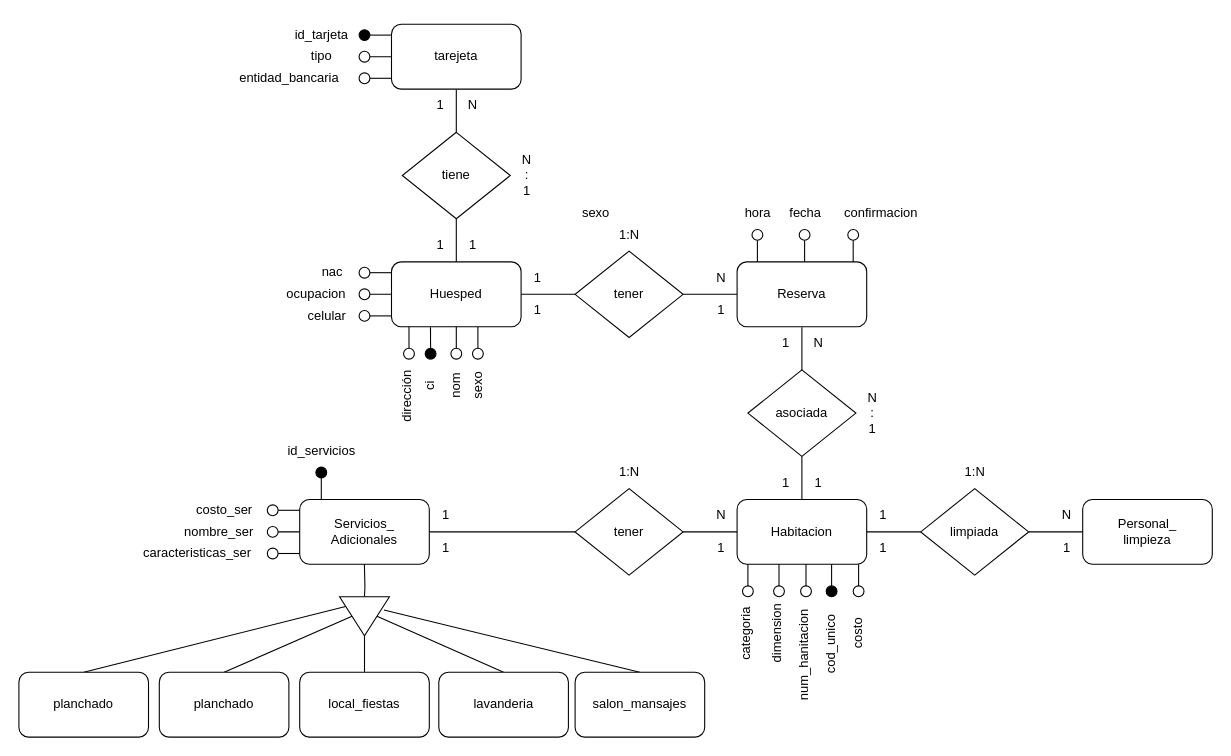
The draw.io diagram auxiliatura/primerParcial/E8_Hotel.drawio in Abigail08082001/diagramasBasedeDatos, before the edit. Source tidied: cells renumbered, new cells numbered last; positions are measured from the earlier drawing's top-left corner, leaving out a move shared by most shapes. Both pictures are drawn from the tidied source at 108%, with x=0, y=0 at pixel (18, 18).
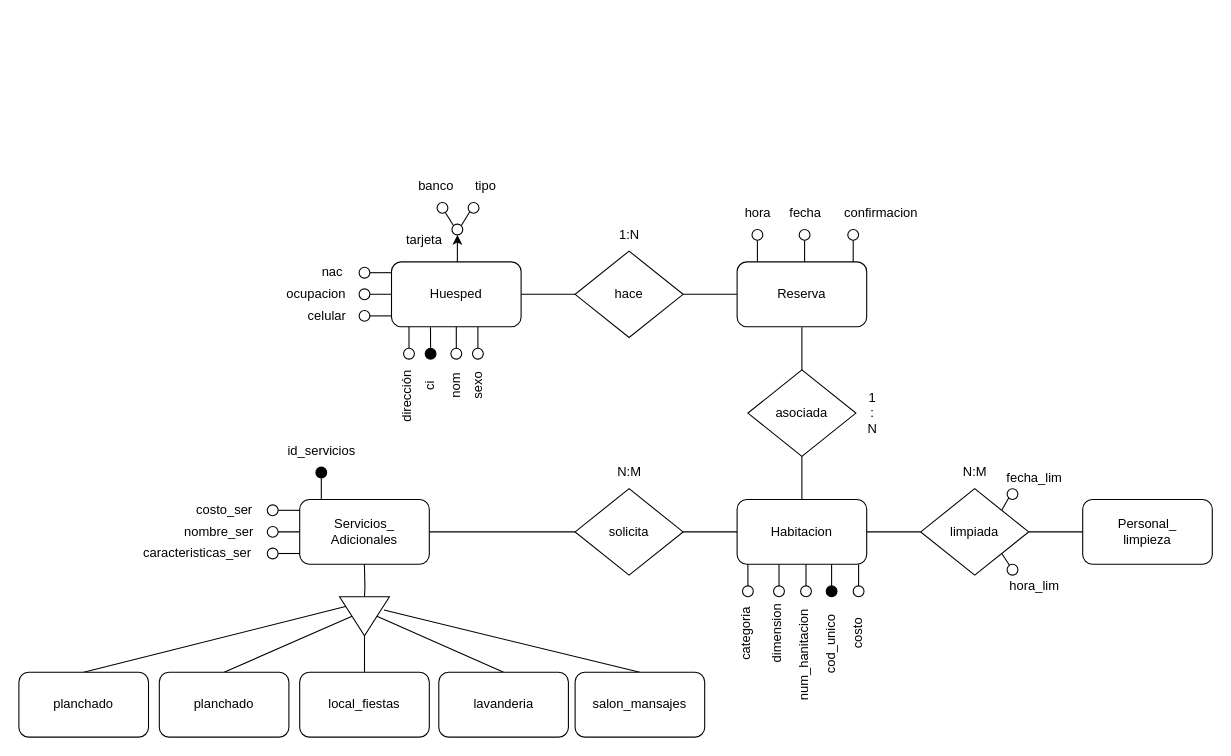
Above is the later version.

The change refers to these unchanged cells:
```xml
<mxCell id="4" value="Huesped" style="rounded=1;whiteSpace=wrap;html=1;" parent="1" vertex="1">
  <mxGeometry x="345" y="225" width="120" height="60" as="geometry" />
</mxCell>
```

Diff of the diagram source:
```diff
@@
-    <mxCell id="2" value="tener" style="rhombus;whiteSpace=wrap;html=1;" parent="1" vertex="1">
+    <mxCell id="2" value="hace" style="rhombus;whiteSpace=wrap;html=1;" parent="1" vertex="1">
       <mxGeometry x="515" y="215" width="100" height="80" as="geometry" />
     </mxCell>
@@
+    <mxCell id="127" style="edgeStyle=orthogonalEdgeStyle;rounded=0;jettySize=auto;html=1;exitX=0.5;exitY=0;exitDx=0;exitDy=0;entryX=0.5;entryY=0;entryDx=0;entryDy=0;" parent="1" edge="1" source="4" target="128">
+      <mxGeometry relative="1" as="geometry" />
+    </mxCell>
@@
-    <mxCell id="8" value="1" style="text;html=1;align=center;verticalAlign=middle;strokeColor=none;fillColor=none;" parent="1" vertex="1">
-      <mxGeometry x="465" y="225" width="30" height="30" as="geometry" />
-    </mxCell>
-    <mxCell id="9" value="1" style="text;html=1;align=center;verticalAlign=middle;strokeColor=none;fillColor=none;" parent="1" vertex="1">
-      <mxGeometry x="465" y="255" width="30" height="30" as="geometry" />
-    </mxCell>
-    <mxCell id="10" value="N" style="text;html=1;align=center;verticalAlign=middle;strokeColor=none;fillColor=none;" parent="1" vertex="1">
-      <mxGeometry x="635" y="225" width="30" height="30" as="geometry" />
-    </mxCell>
-    <mxCell id="11" value="1" style="text;html=1;align=center;verticalAlign=middle;strokeColor=none;fillColor=none;" parent="1" vertex="1">
-      <mxGeometry x="635" y="255" width="30" height="30" as="geometry" />
-    </mxCell>
@@
-    <mxCell id="16" value="&lt;div&gt;N&lt;/div&gt;&lt;div&gt;:&lt;/div&gt;&lt;div&gt;1&lt;br&gt;&lt;/div&gt;" style="text;html=1;align=center;verticalAlign=middle;strokeColor=none;fillColor=none;" parent="1" vertex="1">
+    <mxCell id="16" value="&lt;div&gt;1&lt;/div&gt;&lt;div&gt;:&lt;/div&gt;&lt;div&gt;N&lt;br&gt;&lt;/div&gt;" style="text;html=1;align=center;verticalAlign=middle;strokeColor=none;fillColor=none;" parent="1" vertex="1">
       <mxGeometry x="775" y="335" width="30" height="60" as="geometry" />
     </mxCell>
-    <mxCell id="17" value="N" style="text;html=1;align=center;verticalAlign=middle;strokeColor=none;fillColor=none;" parent="1" vertex="1">
-      <mxGeometry x="725" y="285" width="30" height="30" as="geometry" />
-    </mxCell>
-    <mxCell id="18" value="1" style="text;html=1;align=center;verticalAlign=middle;strokeColor=none;fillColor=none;" parent="1" vertex="1">
-      <mxGeometry x="695" y="285" width="30" height="30" as="geometry" />
-    </mxCell>
-    <mxCell id="19" value="1" style="text;html=1;align=center;verticalAlign=middle;strokeColor=none;fillColor=none;" parent="1" vertex="1">
-      <mxGeometry x="725" y="415" width="30" height="30" as="geometry" />
-    </mxCell>
-    <mxCell id="20" value="1" style="text;html=1;align=center;verticalAlign=middle;strokeColor=none;fillColor=none;" parent="1" vertex="1">
-      <mxGeometry x="695" y="415" width="30" height="30" as="geometry" />
-    </mxCell>
-    <mxCell id="21" value="tener" style="rhombus;whiteSpace=wrap;html=1;" parent="1" vertex="1">
+    <mxCell id="21" value="solicita" style="rhombus;whiteSpace=wrap;html=1;" parent="1" vertex="1">
       <mxGeometry x="515" y="435" width="100" height="80" as="geometry" />
     </mxCell>
@@
-    <mxCell id="24" value="1:N" style="text;html=1;align=center;verticalAlign=middle;strokeColor=none;fillColor=none;" parent="1" vertex="1">
-      <mxGeometry x="545" y="405" width="40" height="30" as="geometry" />
+    <mxCell id="24" value="N:M" style="text;html=1;align=center;verticalAlign=middle;strokeColor=none;fillColor=none;" parent="1" vertex="1">
+      <mxGeometry x="540" y="405" width="50" height="30" as="geometry" />
     </mxCell>
-    <mxCell id="25" value="1" style="text;html=1;align=center;verticalAlign=middle;strokeColor=none;fillColor=none;" parent="1" vertex="1">
-      <mxGeometry x="380" y="445" width="30" height="30" as="geometry" />
-    </mxCell>
-    <mxCell id="26" value="1" style="text;html=1;align=center;verticalAlign=middle;strokeColor=none;fillColor=none;" parent="1" vertex="1">
-      <mxGeometry x="380" y="475" width="30" height="30" as="geometry" />
-    </mxCell>
-    <mxCell id="27" value="N" style="text;html=1;align=center;verticalAlign=middle;strokeColor=none;fillColor=none;" parent="1" vertex="1">
-      <mxGeometry x="635" y="445" width="30" height="30" as="geometry" />
-    </mxCell>
-    <mxCell id="28" value="1" style="text;html=1;align=center;verticalAlign=middle;strokeColor=none;fillColor=none;" parent="1" vertex="1">
-      <mxGeometry x="635" y="475" width="30" height="30" as="geometry" />
-    </mxCell>
@@
-    <mxCell id="34" value="1" style="text;html=1;align=center;verticalAlign=middle;strokeColor=none;fillColor=none;" parent="1" vertex="1">
-      <mxGeometry x="785" y="445" width="30" height="30" as="geometry" />
-    </mxCell>
-    <mxCell id="35" value="1" style="text;html=1;align=center;verticalAlign=middle;strokeColor=none;fillColor=none;" parent="1" vertex="1">
-      <mxGeometry x="785" y="475" width="30" height="30" as="geometry" />
-    </mxCell>
-    <mxCell id="36" value="N" style="text;html=1;align=center;verticalAlign=middle;strokeColor=none;fillColor=none;" parent="1" vertex="1">
-      <mxGeometry x="955" y="445" width="30" height="30" as="geometry" />
-    </mxCell>
-    <mxCell id="37" value="1" style="text;html=1;align=center;verticalAlign=middle;strokeColor=none;fillColor=none;" parent="1" vertex="1">
-      <mxGeometry x="955" y="475" width="30" height="30" as="geometry" />
-    </mxCell>
-    <mxCell id="38" value="1:N" style="text;html=1;align=center;verticalAlign=middle;strokeColor=none;fillColor=none;" parent="1" vertex="1">
-      <mxGeometry x="865" y="405" width="40" height="30" as="geometry" />
+    <mxCell id="38" value="N:M" style="text;html=1;align=center;verticalAlign=middle;strokeColor=none;fillColor=none;" parent="1" vertex="1">
+      <mxGeometry x="860" y="405" width="50" height="30" as="geometry" />
     </mxCell>
@@
-    <mxCell id="54" value="sexo" style="text;html=1;align=center;verticalAlign=middle;strokeColor=none;fillColor=none;" parent="1" vertex="1">
-      <mxGeometry x="508.8" y="165" width="50" height="30" as="geometry" />
-    </mxCell>
@@
-    <mxCell id="58" style="edgeStyle=orthogonalEdgeStyle;rounded=0;jettySize=auto;html=1;entryX=0.5;entryY=0;entryDx=0;entryDy=0;endArrow=none;endFill=0;" parent="1" edge="1" source="59">
-      <mxGeometry relative="1" as="geometry">
-        <mxPoint x="405" y="225" as="targetPoint" />
-      </mxGeometry>
-    </mxCell>
-    <mxCell id="59" value="tiene" style="rhombus;whiteSpace=wrap;html=1;" parent="1" vertex="1">
-      <mxGeometry x="355" y="105" width="100" height="80" as="geometry" />
-    </mxCell>
-    <mxCell id="60" style="edgeStyle=orthogonalEdgeStyle;rounded=0;jettySize=auto;html=1;entryX=0.5;entryY=0;entryDx=0;entryDy=0;endArrow=none;endFill=0;" parent="1" edge="1" target="59">
-      <mxGeometry relative="1" as="geometry">
-        <mxPoint x="405" y="65.5" as="sourcePoint" />
-      </mxGeometry>
-    </mxCell>
-    <mxCell id="61" value="&lt;div&gt;N&lt;/div&gt;&lt;div&gt;:&lt;/div&gt;&lt;div&gt;1&lt;br&gt;&lt;/div&gt;" style="text;html=1;align=center;verticalAlign=middle;strokeColor=none;fillColor=none;" parent="1" vertex="1">
-      <mxGeometry x="455" y="115" width="30" height="60" as="geometry" />
-    </mxCell>
-    <mxCell id="62" value="N" style="text;html=1;align=center;verticalAlign=middle;strokeColor=none;fillColor=none;" parent="1" vertex="1">
-      <mxGeometry x="405" y="65" width="30" height="30" as="geometry" />
-    </mxCell>
-    <mxCell id="63" value="1" style="text;html=1;align=center;verticalAlign=middle;strokeColor=none;fillColor=none;" parent="1" vertex="1">
-      <mxGeometry x="375" y="65" width="30" height="30" as="geometry" />
-    </mxCell>
-    <mxCell id="64" value="1" style="text;html=1;align=center;verticalAlign=middle;strokeColor=none;fillColor=none;" parent="1" vertex="1">
-      <mxGeometry x="405" y="195" width="30" height="30" as="geometry" />
-    </mxCell>
-    <mxCell id="65" value="1" style="text;html=1;align=center;verticalAlign=middle;strokeColor=none;fillColor=none;" parent="1" vertex="1">
-      <mxGeometry x="375" y="195" width="30" height="30" as="geometry" />
-    </mxCell>
-    <mxCell id="66" value="tarejeta" style="rounded=1;whiteSpace=wrap;html=1;" parent="1" vertex="1">
-      <mxGeometry x="345" y="5" width="120" height="60" as="geometry" />
-    </mxCell>
-    <mxCell id="67" style="ellipse;whiteSpace=wrap;html=1;fillColor=#000000;" parent="1" vertex="1">
-      <mxGeometry x="315" y="10" width="10" height="10" as="geometry" />
-    </mxCell>
-    <mxCell id="68" style="edgeStyle=orthogonalEdgeStyle;rounded=0;jettySize=auto;html=1;entryX=-0.008;entryY=0.419;entryDx=0;entryDy=0;entryPerimeter=0;endArrow=none;endFill=0;" parent="1" edge="1" source="69">
-      <mxGeometry relative="1" as="geometry">
-        <mxPoint x="344" y="35" as="targetPoint" />
-      </mxGeometry>
-    </mxCell>
-    <mxCell id="69" style="ellipse;whiteSpace=wrap;html=1;" parent="1" vertex="1">
-      <mxGeometry x="315" y="30" width="10" height="10" as="geometry" />
-    </mxCell>
-    <mxCell id="70" style="edgeStyle=orthogonalEdgeStyle;rounded=0;jettySize=auto;html=1;entryX=0;entryY=0.75;entryDx=0;entryDy=0;endArrow=none;endFill=0;" parent="1" edge="1" source="71">
-      <mxGeometry relative="1" as="geometry">
-        <mxPoint x="345" y="55" as="targetPoint" />
-      </mxGeometry>
-    </mxCell>
-    <mxCell id="71" style="ellipse;whiteSpace=wrap;html=1;" parent="1" vertex="1">
-      <mxGeometry x="315" y="50" width="10" height="10" as="geometry" />
-    </mxCell>
-    <mxCell id="72" value="id_tarjeta" style="text;html=1;align=center;verticalAlign=middle;strokeColor=none;fillColor=none;" parent="1" vertex="1">
-      <mxGeometry x="245" width="70" height="30" as="geometry" />
-    </mxCell>
-    <mxCell id="73" value="tipo" style="text;html=1;align=center;verticalAlign=middle;strokeColor=none;fillColor=none;" parent="1" vertex="1">
-      <mxGeometry x="260" y="20" width="40" height="30" as="geometry" />
-    </mxCell>
-    <mxCell id="74" value="entidad_bancaria" style="text;html=1;align=center;verticalAlign=middle;strokeColor=none;fillColor=none;" parent="1" vertex="1">
-      <mxGeometry x="190" y="40" width="120" height="30" as="geometry" />
-    </mxCell>
-    <mxCell id="75" style="edgeStyle=orthogonalEdgeStyle;rounded=0;orthogonalLoop=1;jettySize=auto;html=1;exitX=0;exitY=0.5;exitDx=0;exitDy=0;entryX=1;entryY=0.085;entryDx=0;entryDy=0;entryPerimeter=0;endArrow=none;endFill=0;" parent="1" edge="1">
-      <mxGeometry relative="1" as="geometry">
-        <mxPoint x="345" y="15" as="sourcePoint" />
-        <mxPoint x="325" y="15" as="targetPoint" />
-      </mxGeometry>
-    </mxCell>
@@
+    <mxCell id="128" style="ellipse;whiteSpace=wrap;html=1;direction=west;" parent="1" vertex="1">
+      <mxGeometry x="401" y="190" width="10" height="10" as="geometry" />
+    </mxCell>
+    <mxCell id="129" style="rounded=0;jettySize=auto;html=1;endArrow=none;endFill=0;entryX=1;entryY=1;entryDx=0;entryDy=0;" parent="1" edge="1" source="130" target="128">
+      <mxGeometry relative="1" as="geometry" />
+    </mxCell>
+    <mxCell id="130" style="ellipse;whiteSpace=wrap;html=1;direction=west;" parent="1" vertex="1">
+      <mxGeometry x="387.2" y="170" width="10" height="10" as="geometry" />
+    </mxCell>
+    <mxCell id="131" style="rounded=0;jettySize=auto;html=1;exitX=1;exitY=0;exitDx=0;exitDy=0;entryX=0;entryY=1;entryDx=0;entryDy=0;endArrow=none;endFill=0;" parent="1" edge="1" source="132" target="128">
+      <mxGeometry relative="1" as="geometry" />
+    </mxCell>
+    <mxCell id="132" style="ellipse;whiteSpace=wrap;html=1;direction=west;" parent="1" vertex="1">
+      <mxGeometry x="416" y="170" width="10" height="10" as="geometry" />
+    </mxCell>
+    <mxCell id="73" value="tipo" style="text;html=1;align=center;verticalAlign=middle;strokeColor=none;fillColor=none;" parent="1" vertex="1">
+      <mxGeometry x="412.2" y="140" width="40" height="30" as="geometry" />
+    </mxCell>
+    <mxCell id="133" value="tarjeta" style="text;html=1;align=center;verticalAlign=middle;strokeColor=none;fillColor=none;" parent="1" vertex="1">
+      <mxGeometry x="345" y="190" width="60" height="30" as="geometry" />
+    </mxCell>
+    <mxCell id="134" value="banco" style="text;html=1;align=center;verticalAlign=middle;strokeColor=none;fillColor=none;" parent="1" vertex="1">
+      <mxGeometry x="356" y="140" width="60" height="30" as="geometry" />
+    </mxCell>
+    <mxCell id="135" style="rounded=0;jettySize=auto;html=1;exitX=0;exitY=1;exitDx=0;exitDy=0;entryX=1;entryY=0;entryDx=0;entryDy=0;endArrow=none;endFill=0;" parent="1" edge="1" source="136">
+      <mxGeometry relative="1" as="geometry">
+        <mxPoint x="910" y="455" as="targetPoint" />
+      </mxGeometry>
+    </mxCell>
+    <mxCell id="136" style="ellipse;whiteSpace=wrap;html=1;" parent="1" vertex="1">
+      <mxGeometry x="915" y="435" width="10" height="10" as="geometry" />
+    </mxCell>
+    <mxCell id="137" style="rounded=0;jettySize=auto;html=1;entryX=1;entryY=1;entryDx=0;entryDy=0;endArrow=none;endFill=0;" parent="1" edge="1" source="138">
+      <mxGeometry relative="1" as="geometry">
+        <mxPoint x="910" y="495" as="targetPoint" />
+      </mxGeometry>
+    </mxCell>
+    <mxCell id="138" style="ellipse;whiteSpace=wrap;html=1;" parent="1" vertex="1">
+      <mxGeometry x="915" y="505" width="10" height="10" as="geometry" />
+    </mxCell>
+    <mxCell id="139" value="fecha_lim" style="text;html=1;align=center;verticalAlign=middle;strokeColor=none;fillColor=none;" parent="1" vertex="1">
+      <mxGeometry x="905" y="410" width="70" height="30" as="geometry" />
+    </mxCell>
+    <mxCell id="140" value="hora_lim" style="text;html=1;align=center;verticalAlign=middle;strokeColor=none;fillColor=none;" parent="1" vertex="1">
+      <mxGeometry x="905" y="510" width="70" height="30" as="geometry" />
+    </mxCell>
```
